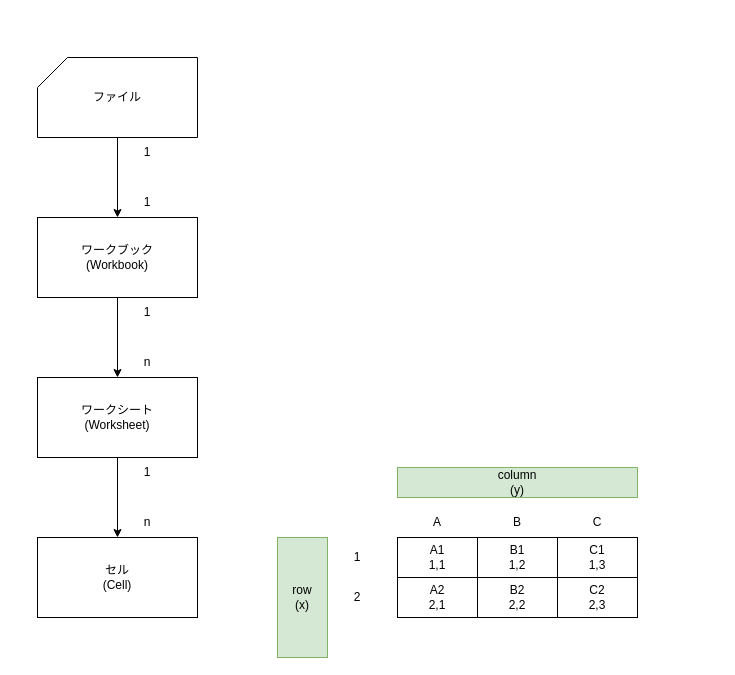
The draw.io diagram database/excel_structure.drawio in YossyIto/qiita_tag_items, before the edit. Source tidied: cells renumbered, new cells numbered last; positions are measured from the earlier drawing's top-left corner, leaving out a move shared by most shapes. Both pictures are drawn from the tidied source at 100%, with x=0, y=0 at pixel (37, 57).
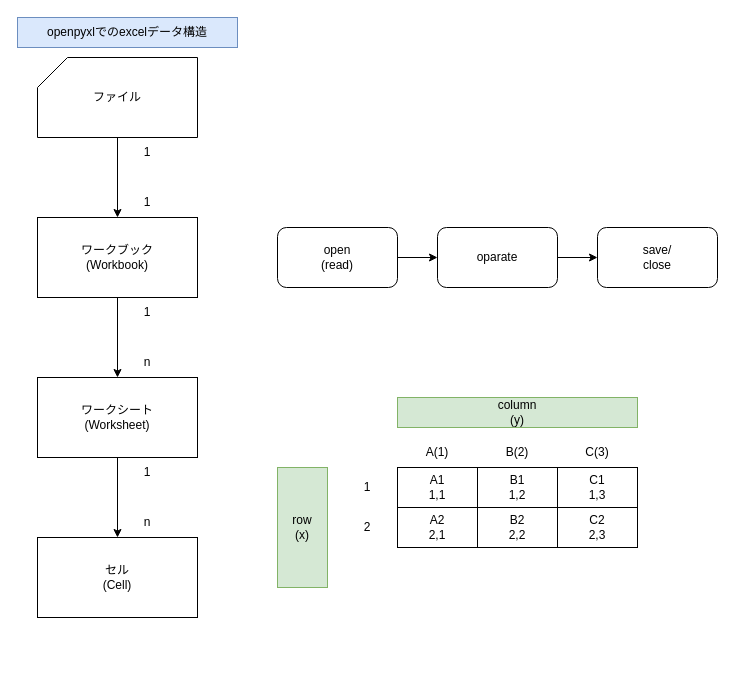
After the change.

Commit message (it also covers changes not shown here):
excel_structure.drawio を更新します

Change to the diagram source:
```diff
@@
     <mxCell id="15" value="A1&lt;div&gt;1,1&lt;/div&gt;" style="rounded=0;whiteSpace=wrap;html=1;" parent="1" vertex="1">
-      <mxGeometry x="360" y="480" width="80" height="40" as="geometry" />
+      <mxGeometry x="360" y="410" width="80" height="40" as="geometry" />
     </mxCell>
     <mxCell id="16" value="B1&lt;div&gt;1,2&lt;/div&gt;" style="rounded=0;whiteSpace=wrap;html=1;" parent="1" vertex="1">
-      <mxGeometry x="440" y="480" width="80" height="40" as="geometry" />
+      <mxGeometry x="440" y="410" width="80" height="40" as="geometry" />
     </mxCell>
     <mxCell id="17" value="C1&lt;div&gt;1,3&lt;/div&gt;" style="rounded=0;whiteSpace=wrap;html=1;" parent="1" vertex="1">
-      <mxGeometry x="520" y="480" width="80" height="40" as="geometry" />
+      <mxGeometry x="520" y="410" width="80" height="40" as="geometry" />
     </mxCell>
     <mxCell id="18" value="C2&lt;div&gt;2,3&lt;/div&gt;" style="rounded=0;whiteSpace=wrap;html=1;" parent="1" vertex="1">
-      <mxGeometry x="520" y="520" width="80" height="40" as="geometry" />
+      <mxGeometry x="520" y="450" width="80" height="40" as="geometry" />
     </mxCell>
     <mxCell id="19" value="A2&lt;div&gt;2,1&lt;/div&gt;" style="rounded=0;whiteSpace=wrap;html=1;" parent="1" vertex="1">
-      <mxGeometry x="360" y="520" width="80" height="40" as="geometry" />
+      <mxGeometry x="360" y="450" width="80" height="40" as="geometry" />
     </mxCell>
     <mxCell id="20" value="B2&lt;div&gt;2,2&lt;/div&gt;" style="rounded=0;whiteSpace=wrap;html=1;" parent="1" vertex="1">
-      <mxGeometry x="440" y="520" width="80" height="40" as="geometry" />
+      <mxGeometry x="440" y="450" width="80" height="40" as="geometry" />
     </mxCell>
-    <mxCell id="21" value="A" style="text;html=1;align=center;verticalAlign=middle;whiteSpace=wrap;rounded=0;" parent="1" vertex="1">
-      <mxGeometry x="370" y="450" width="60" height="30" as="geometry" />
+    <mxCell id="21" value="A(1)" style="text;html=1;align=center;verticalAlign=middle;whiteSpace=wrap;rounded=0;" parent="1" vertex="1">
+      <mxGeometry x="370" y="380" width="60" height="30" as="geometry" />
     </mxCell>
-    <mxCell id="22" value="B" style="text;html=1;align=center;verticalAlign=middle;whiteSpace=wrap;rounded=0;" parent="1" vertex="1">
-      <mxGeometry x="450" y="450" width="60" height="30" as="geometry" />
+    <mxCell id="22" value="B(2)" style="text;html=1;align=center;verticalAlign=middle;whiteSpace=wrap;rounded=0;" parent="1" vertex="1">
+      <mxGeometry x="450" y="380" width="60" height="30" as="geometry" />
     </mxCell>
-    <mxCell id="23" value="C" style="text;html=1;align=center;verticalAlign=middle;whiteSpace=wrap;rounded=0;" parent="1" vertex="1">
-      <mxGeometry x="530" y="450" width="60" height="30" as="geometry" />
+    <mxCell id="23" value="C(3)" style="text;html=1;align=center;verticalAlign=middle;whiteSpace=wrap;rounded=0;" parent="1" vertex="1">
+      <mxGeometry x="530" y="380" width="60" height="30" as="geometry" />
     </mxCell>
     <mxCell id="24" value="1" style="text;html=1;align=center;verticalAlign=middle;whiteSpace=wrap;rounded=0;" parent="1" vertex="1">
-      <mxGeometry x="290" y="485" width="60" height="30" as="geometry" />
+      <mxGeometry x="300" y="415" width="60" height="30" as="geometry" />
     </mxCell>
     <mxCell id="25" value="2" style="text;html=1;align=center;verticalAlign=middle;whiteSpace=wrap;rounded=0;" parent="1" vertex="1">
-      <mxGeometry x="290" y="525" width="60" height="30" as="geometry" />
+      <mxGeometry x="300" y="455" width="60" height="30" as="geometry" />
     </mxCell>
     <mxCell id="26" value="column&lt;div&gt;(y)&lt;/div&gt;" style="text;html=1;align=center;verticalAlign=middle;whiteSpace=wrap;rounded=0;fillColor=#d5e8d4;strokeColor=#82b366;" parent="1" vertex="1">
-      <mxGeometry x="360" y="410" width="240" height="30" as="geometry" />
+      <mxGeometry x="360" y="340" width="240" height="30" as="geometry" />
     </mxCell>
     <mxCell id="27" value="row&lt;div&gt;(x)&lt;/div&gt;" style="text;html=1;align=center;verticalAlign=middle;whiteSpace=wrap;rounded=0;fillColor=#d5e8d4;strokeColor=#82b366;" parent="1" vertex="1">
-      <mxGeometry x="240" y="480" width="50" height="120" as="geometry" />
+      <mxGeometry x="240" y="410" width="50" height="120" as="geometry" />
     </mxCell>
+    <mxCell id="28" value="open&lt;div&gt;(read)&lt;/div&gt;" style="rounded=1;whiteSpace=wrap;html=1;" parent="1" vertex="1">
+      <mxGeometry x="240" y="170" width="120" height="60" as="geometry" />
+    </mxCell>
+    <mxCell id="29" value="oparate" style="rounded=1;whiteSpace=wrap;html=1;" parent="1" vertex="1">
+      <mxGeometry x="400" y="170" width="120" height="60" as="geometry" />
+    </mxCell>
+    <mxCell id="30" value="&lt;div&gt;save/&lt;/div&gt;close" style="rounded=1;whiteSpace=wrap;html=1;" parent="1" vertex="1">
+      <mxGeometry x="560" y="170" width="120" height="60" as="geometry" />
+    </mxCell>
+    <mxCell id="31" style="edgeStyle=orthogonalEdgeStyle;rounded=0;jettySize=auto;html=1;exitX=1;exitY=0.5;exitDx=0;exitDy=0;entryX=0;entryY=0.5;entryDx=0;entryDy=0;" parent="1" edge="1" source="28" target="29">
+      <mxGeometry relative="1" as="geometry" />
+    </mxCell>
+    <mxCell id="32" style="endArrow=classic;html=1;rounded=0;exitX=1;exitY=0.5;exitDx=0;exitDy=0;entryX=0;entryY=0.5;entryDx=0;entryDy=0;" parent="1" edge="1" source="29" target="30">
+      <mxGeometry relative="1" as="geometry" />
+    </mxCell>
+    <mxCell id="33" value="openpyxlでのexcelデータ構造" style="text;html=1;align=center;verticalAlign=middle;whiteSpace=wrap;rounded=0;fillColor=#dae8fc;strokeColor=#6c8ebf;" parent="1" vertex="1">
+      <mxGeometry x="-20" y="-40" width="220" height="30" as="geometry" />
+    </mxCell>
```
